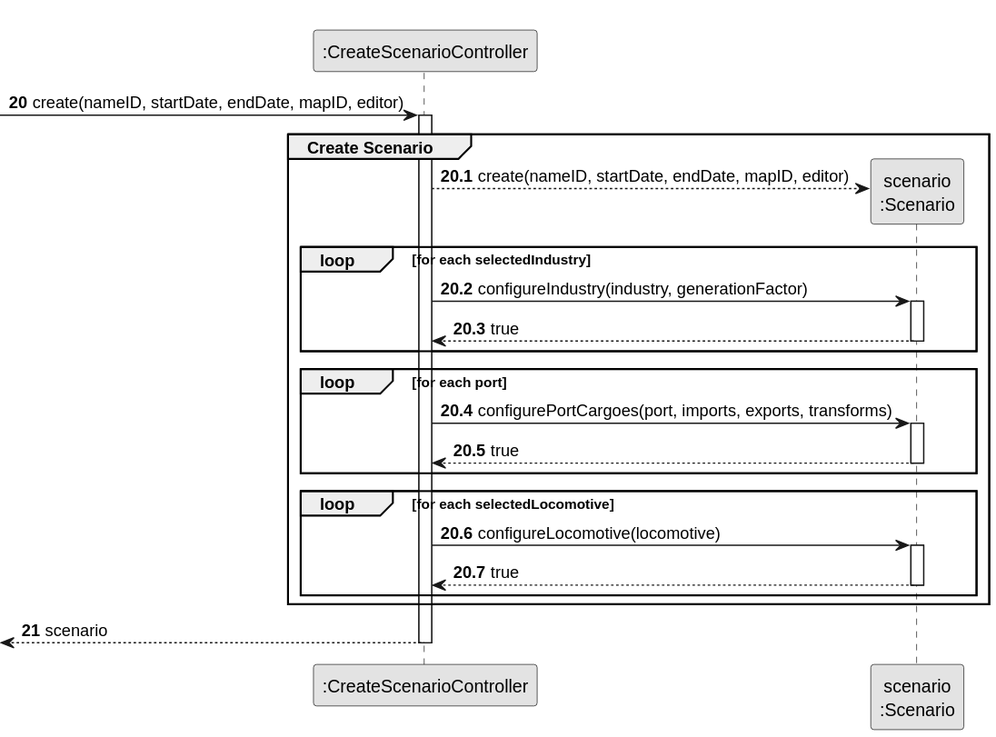
HenriqueSilva18/Railway-Network-Simulator keeps this PlantUML diagram as docs/system-documentation/Sprint 2/US04/03.design/svg/US04-SD-partial-create-scenario.svg. Above is the earlier version. Source of this version:
```plantuml
@startuml
skinparam monochrome true
skinparam packageStyle rectangle
skinparam shadowing false

participant ":CreateScenarioController" as CTRL
participant "scenario\n:Scenario" as SCENARIO

autonumber 20
-> CTRL: create(nameID, startDate, endDate, mapID, editor)

autonumber 20.1
activate CTRL
    group Create Scenario
        CTRL --> SCENARIO**: create(nameID, startDate, endDate, mapID, editor)

        loop for each selectedIndustry
            CTRL -> SCENARIO : configureIndustry(industry, generationFactor)
            activate SCENARIO
                SCENARIO --> CTRL : true
            deactivate SCENARIO
        end

        loop for each port
            CTRL -> SCENARIO : configurePortCargoes(port, imports, exports, transforms)
            activate SCENARIO
                SCENARIO --> CTRL : true
            deactivate SCENARIO
        end

        loop for each selectedLocomotive
            CTRL -> SCENARIO : configureLocomotive(locomotive)
            activate SCENARIO
                SCENARIO --> CTRL : true
            deactivate SCENARIO
        end
    end

    autonumber 21
    <-- CTRL: scenario
deactivate CTRL
@enduml
```
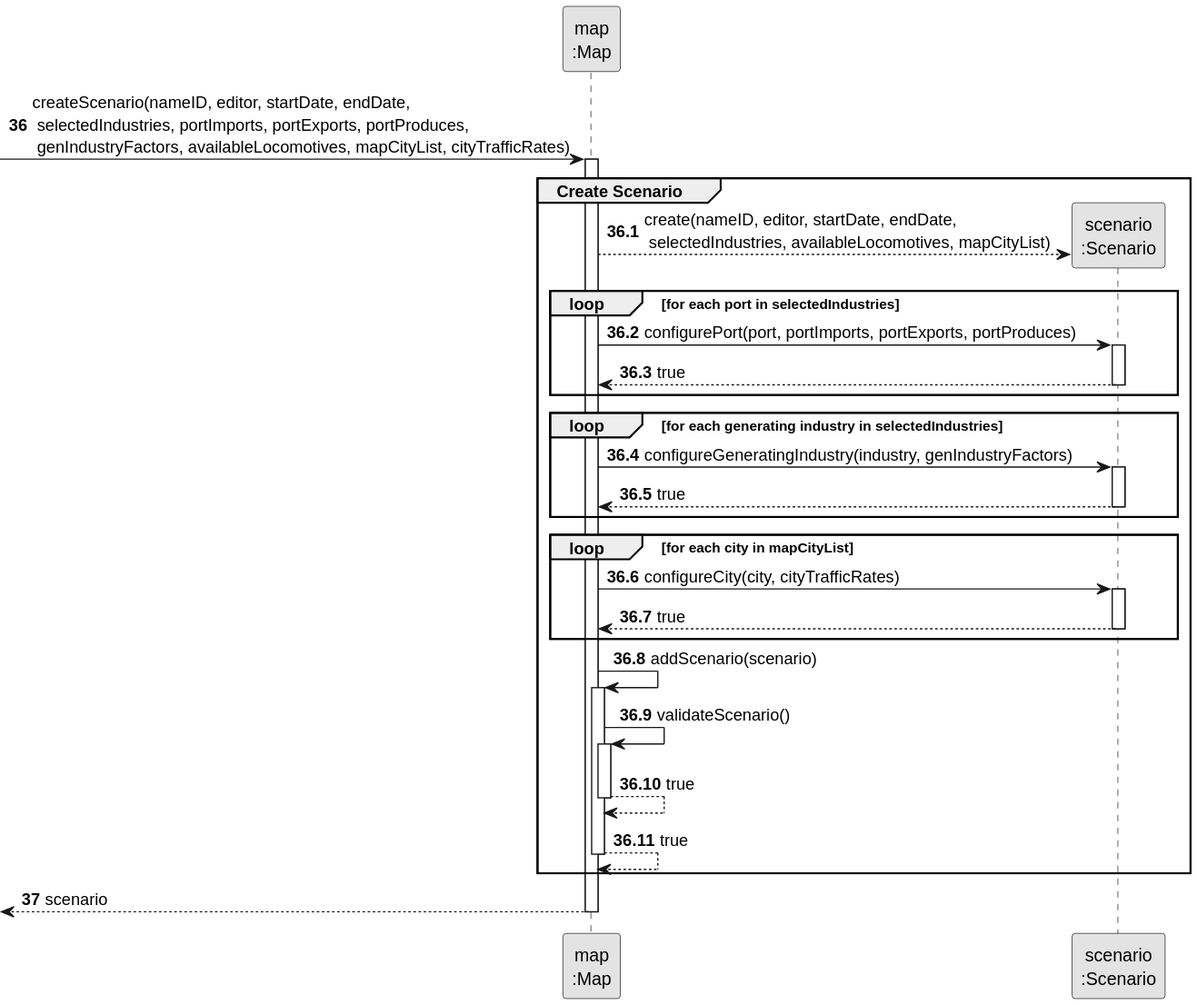
Later version of the same file.

The edit, as a diff of the source:
```diff
@@ -3,40 +3,49 @@
 skinparam packageStyle rectangle
 skinparam shadowing false
 
-participant ":CreateScenarioController" as CTRL
+participant "map\n:Map" as MAP
 participant "scenario\n:Scenario" as SCENARIO
 
-autonumber 20
--> CTRL: create(nameID, startDate, endDate, mapID, editor)
+autonumber 36
+-> MAP : createScenario(nameID, editor, startDate, endDate,\n selectedIndustries, portImports, portExports, portProduces,\n genIndustryFactors, availableLocomotives, mapCityList, cityTrafficRates)
 
-autonumber 20.1
-activate CTRL
+autonumber 36.1
+activate MAP
     group Create Scenario
-        CTRL --> SCENARIO**: create(nameID, startDate, endDate, mapID, editor)
+        MAP --> SCENARIO** : create(nameID, editor, startDate, endDate,\n selectedIndustries, availableLocomotives, mapCityList)
 
-        loop for each selectedIndustry
-            CTRL -> SCENARIO : configureIndustry(industry, generationFactor)
+        loop for each port in selectedIndustries
+            MAP -> SCENARIO : configurePort(port, portImports, portExports, portProduces)
             activate SCENARIO
-                SCENARIO --> CTRL : true
+                SCENARIO --> MAP : true
             deactivate SCENARIO
         end
 
-        loop for each port
-            CTRL -> SCENARIO : configurePortCargoes(port, imports, exports, transforms)
+        loop for each generating industry in selectedIndustries
+            MAP -> SCENARIO : configureGeneratingIndustry(industry, genIndustryFactors)
             activate SCENARIO
-                SCENARIO --> CTRL : true
+                SCENARIO --> MAP : true
             deactivate SCENARIO
         end
 
-        loop for each selectedLocomotive
-            CTRL -> SCENARIO : configureLocomotive(locomotive)
+        loop for each city in mapCityList
+            MAP -> SCENARIO : configureCity(city, cityTrafficRates)
             activate SCENARIO
-                SCENARIO --> CTRL : true
+                SCENARIO --> MAP : true
             deactivate SCENARIO
         end
+
+        MAP -> MAP : addScenario(scenario)
+        activate MAP
+            MAP -> MAP : validateScenario()
+            activate MAP
+                MAP --> MAP : true
+            deactivate MAP
+            MAP --> MAP : true
+        deactivate MAP
     end
 
-    autonumber 21
-    <-- CTRL: scenario
-deactivate CTRL
+    autonumber 37
+    <-- MAP : scenario
+deactivate MAP
 @enduml
```
